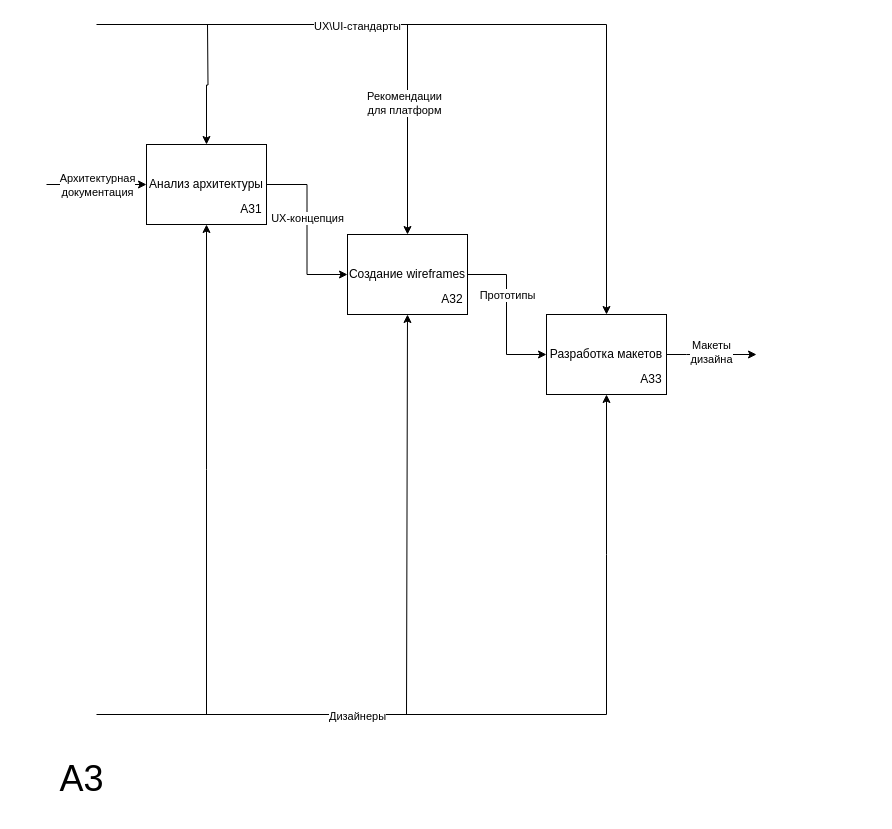
Earlier version of the draw.io diagram page "Диаграмма декомпозиции А1" (3 of 5) of Диаграмма доставка.drawio (LEOVBOX/idef0_mobile_app). Source tidied: cells renumbered, new cells numbered last; positions are measured from the earlier drawing's top-left corner, leaving out a move shared by most shapes. Both pictures are drawn from the tidied source at 100%, with x=0, y=0 at pixel (17, 24).
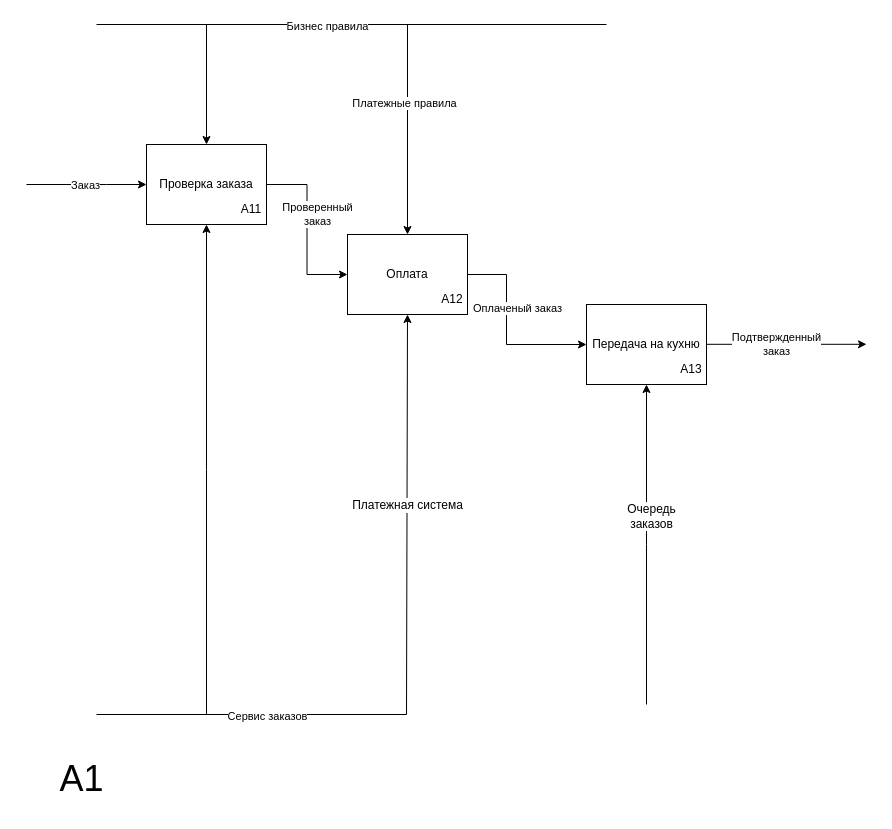
After the change.

The change refers to these unchanged cells:
```xml
<mxCell id="3" style="group;verticalAlign=top;" parent="1" vertex="1">
  <mxGeometry x="129" y="120" width="120" height="80" as="geometry" />
</mxCell>
<mxCell id="10" style="group;" parent="1" vertex="1">
  <mxGeometry x="330" y="210" width="120" height="80" as="geometry" />
</mxCell>
<mxCell id="11" style="edgeStyle=orthogonalEdgeStyle;rounded=0;jettySize=auto;html=1;exitX=0.5;exitY=0;exitDx=0;exitDy=0;startArrow=classic;startFill=1;endArrow=none;endFill=0;" parent="10" edge="1" source="13">
  <mxGeometry relative="1" as="geometry">
    <mxPoint x="60" y="-210" as="targetPoint" />
  </mxGeometry>
</mxCell>
<mxCell id="16" style="edgeStyle=orthogonalEdgeStyle;rounded=0;jettySize=auto;html=1;exitX=0.5;exitY=1;exitDx=0;exitDy=0;endArrow=none;endFill=0;startArrow=classic;startFill=1;" parent="15" edge="1" source="18">
  <mxGeometry relative="1" as="geometry">
    <mxPoint x="60" y="400" as="targetPoint" />
  </mxGeometry>
</mxCell>
<mxCell id="27" style="endArrow=none;html=1;rounded=0;strokeColor=default;align=center;verticalAlign=middle;fontFamily=Helvetica;fontSize=11;fontColor=default;labelBackgroundColor=default;" parent="1" edge="1">
  <mxGeometry relative="1" as="geometry">
    <mxPoint x="79" as="sourcePoint" />
    <mxPoint x="589" as="targetPoint" />
  </mxGeometry>
</mxCell>
<mxCell id="29" style="endArrow=classic;html=1;rounded=0;entryX=0.5;entryY=1;entryDx=0;entryDy=0;" parent="1" edge="1" target="13">
  <mxGeometry relative="1" as="geometry">
    <mxPoint x="389" y="690" as="sourcePoint" />
  </mxGeometry>
</mxCell>
```

The edit, as a diff of the source:
```diff
@@
-    <mxCell id="2" value="&lt;font style=&quot;font-size: 36px;&quot;&gt;A3&lt;/font&gt;" style="text;html=1;whiteSpace=wrap;strokeColor=none;fillColor=none;align=center;verticalAlign=middle;rounded=0;" parent="1" vertex="1">
+    <mxCell id="2" value="&lt;font style=&quot;font-size: 36px;&quot;&gt;A1&lt;/font&gt;" style="text;html=1;whiteSpace=wrap;strokeColor=none;fillColor=none;align=center;verticalAlign=middle;rounded=0;" parent="1" vertex="1">
       <mxGeometry y="720" width="129" height="67" as="geometry" />
     </mxCell>
@@
     <mxCell id="5" style="edgeStyle=orthogonalEdgeStyle;rounded=0;jettySize=auto;html=1;exitX=0.5;exitY=0;exitDx=0;exitDy=0;startArrow=classic;startFill=1;endArrow=none;endFill=0;" parent="3" edge="1" source="8">
       <mxGeometry relative="1" as="geometry">
-        <mxPoint x="61" y="-120" as="targetPoint" />
+        <mxPoint x="60" y="-120" as="targetPoint" />
       </mxGeometry>
     </mxCell>
     <mxCell id="6" style="edgeStyle=orthogonalEdgeStyle;rounded=0;jettySize=auto;html=1;startArrow=classic;startFill=1;endArrow=none;endFill=0;" parent="3" edge="1" source="8">
       <mxGeometry relative="1" as="geometry">
-        <mxPoint x="-100" y="40" as="targetPoint" />
+        <mxPoint x="-120" y="40" as="targetPoint" />
         <Array as="points">
           <mxPoint x="-40" y="40" />
           <mxPoint x="-40" y="40" />
         </Array>
       </mxGeometry>
     </mxCell>
-    <mxCell id="7" value="Архитектурная&lt;div&gt;документация&lt;/div&gt;" style="edgeLabel;html=1;align=center;verticalAlign=middle;" parent="6" vertex="1">
+    <mxCell id="7" value="Заказ" style="edgeLabel;html=1;align=center;verticalAlign=middle;" parent="6" vertex="1">
       <mxGeometry x="0.25" relative="1" as="geometry">
         <mxPoint x="13" as="offset" />
       </mxGeometry>
     </mxCell>
-    <mxCell id="8" value="Анализ архитектуры" style="rounded=0;whiteSpace=wrap;html=1;fillColor=none;" parent="3" vertex="1">
+    <mxCell id="8" value="Проверка заказа" style="rounded=0;whiteSpace=wrap;html=1;fillColor=none;" parent="3" vertex="1">
       <mxGeometry width="120" height="80" as="geometry" />
     </mxCell>
-    <mxCell id="9" value="A31" style="text;html=1;whiteSpace=wrap;strokeColor=none;fillColor=none;align=center;verticalAlign=middle;rounded=0;" parent="3" vertex="1">
+    <mxCell id="9" value="A11" style="text;html=1;whiteSpace=wrap;strokeColor=none;fillColor=none;align=center;verticalAlign=middle;rounded=0;" parent="3" vertex="1">
       <mxGeometry x="90" y="50" width="30" height="30" as="geometry" />
     </mxCell>
@@
-    <mxCell id="12" value="Рекомендации&lt;div&gt;для платформ&lt;/div&gt;" style="edgeLabel;html=1;align=center;verticalAlign=middle;" parent="11" vertex="1">
+    <mxCell id="12" value="Платежные правила" style="edgeLabel;html=1;align=center;verticalAlign=middle;" parent="11" vertex="1">
       <mxGeometry x="0.26" y="4" relative="1" as="geometry">
         <mxPoint y="1" as="offset" />
       </mxGeometry>
     </mxCell>
-    <mxCell id="13" value="Создание wireframes" style="rounded=0;whiteSpace=wrap;html=1;fillColor=none;" parent="10" vertex="1">
+    <mxCell id="13" value="Оплата" style="rounded=0;whiteSpace=wrap;html=1;fillColor=none;" parent="10" vertex="1">
       <mxGeometry width="120" height="80" as="geometry" />
     </mxCell>
-    <mxCell id="14" value="A32" style="text;html=1;whiteSpace=wrap;strokeColor=none;fillColor=none;align=center;verticalAlign=middle;rounded=0;" parent="10" vertex="1">
+    <mxCell id="14" value="A12" style="text;html=1;whiteSpace=wrap;strokeColor=none;fillColor=none;align=center;verticalAlign=middle;rounded=0;" parent="10" vertex="1">
       <mxGeometry x="90" y="50" width="30" height="30" as="geometry" />
     </mxCell>
     <mxCell id="15" style="group;" parent="1" vertex="1">
-      <mxGeometry x="529" y="290" width="120" height="80" as="geometry" />
+      <mxGeometry x="569" y="280" width="120" height="80" as="geometry" />
     </mxCell>
@@
-    <mxCell id="17" style="edgeStyle=orthogonalEdgeStyle;rounded=0;jettySize=auto;html=1;exitX=0.5;exitY=0;exitDx=0;exitDy=0;startArrow=classic;startFill=1;endArrow=none;endFill=0;" parent="15" edge="1" source="18">
-      <mxGeometry relative="1" as="geometry">
-        <mxPoint x="60" y="-290" as="targetPoint" />
-      </mxGeometry>
-    </mxCell>
+    <mxCell id="30" value="Очередь&lt;div&gt;заказов&lt;/div&gt;" style="edgeLabel;html=1;align=center;verticalAlign=middle;fontSize=12;" parent="16" vertex="1">
+      <mxGeometry x="-0.18" y="4" relative="1" as="geometry" />
+    </mxCell>
-    <mxCell id="18" value="Разработка макетов" style="rounded=0;whiteSpace=wrap;html=1;fillColor=none;" parent="15" vertex="1">
+    <mxCell id="18" value="Передача на кухню" style="rounded=0;whiteSpace=wrap;html=1;fillColor=none;" parent="15" vertex="1">
       <mxGeometry width="120" height="80" as="geometry" />
     </mxCell>
-    <mxCell id="19" value="A33" style="text;html=1;whiteSpace=wrap;strokeColor=none;fillColor=none;align=center;verticalAlign=middle;rounded=0;" parent="15" vertex="1">
+    <mxCell id="19" value="A13" style="text;html=1;whiteSpace=wrap;strokeColor=none;fillColor=none;align=center;verticalAlign=middle;rounded=0;" parent="15" vertex="1">
       <mxGeometry x="90" y="50" width="30" height="30" as="geometry" />
     </mxCell>
-    <mxCell id="20" value="UX-концепция" style="edgeStyle=orthogonalEdgeStyle;rounded=0;jettySize=auto;html=1;exitX=1;exitY=0.5;exitDx=0;exitDy=0;entryX=0;entryY=0.5;entryDx=0;entryDy=0;verticalAlign=middle;labelPosition=center;verticalLabelPosition=middle;align=center;" parent="1" edge="1" source="8" target="13">
-      <mxGeometry x="-0.14" relative="1" as="geometry" />
+    <mxCell id="20" value="Проверенный&lt;div&gt;заказ&lt;/div&gt;" style="edgeStyle=orthogonalEdgeStyle;rounded=0;jettySize=auto;html=1;exitX=1;exitY=0.5;exitDx=0;exitDy=0;entryX=0;entryY=0.5;entryDx=0;entryDy=0;verticalAlign=middle;labelPosition=center;verticalLabelPosition=middle;align=center;" parent="1" edge="1" source="8" target="13">
+      <mxGeometry x="-0.18" y="10" relative="1" as="geometry" />
     </mxCell>
-    <mxCell id="21" style="edgeStyle=orthogonalEdgeStyle;rounded=0;jettySize=auto;html=1;exitX=1;exitY=0.5;exitDx=0;exitDy=0;" parent="1" edge="1" source="18">
+    <mxCell id="21" style="edgeStyle=orthogonalEdgeStyle;rounded=0;orthogonalLoop=1;jettySize=auto;html=1;exitX=1;exitY=0.5;exitDx=0;exitDy=0;" parent="1" edge="1">
       <mxGeometry relative="1" as="geometry">
-        <mxPoint x="739" y="330" as="targetPoint" />
+        <mxPoint x="689" y="319.8" as="sourcePoint" />
+        <mxPoint x="849" y="319.8" as="targetPoint" />
         <Array as="points">
-          <mxPoint x="669" y="330" />
+          <mxPoint x="779" y="319.8" />
         </Array>
       </mxGeometry>
     </mxCell>
-    <mxCell id="22" value="Макеты&lt;div&gt;дизайна&lt;/div&gt;" style="edgeLabel;html=1;align=center;verticalAlign=middle;" parent="21" vertex="1">
+    <mxCell id="22" value="Подтвержденный&lt;div&gt;заказ&lt;/div&gt;" style="edgeLabel;html=1;align=center;verticalAlign=middle;" parent="21" vertex="1">
       <mxGeometry x="-0.02" relative="1" as="geometry">
-        <mxPoint y="-3" as="offset" />
+        <mxPoint x="-9" as="offset" />
       </mxGeometry>
     </mxCell>
     <mxCell id="23" style="endArrow=none;html=1;rounded=0;strokeColor=default;align=center;verticalAlign=middle;fontFamily=Helvetica;fontSize=11;fontColor=default;labelBackgroundColor=default;" parent="1" edge="1">
       <mxGeometry relative="1" as="geometry">
         <mxPoint x="79" y="690" as="sourcePoint" />
-        <mxPoint x="589" y="690" as="targetPoint" />
+        <mxPoint x="389" y="690" as="targetPoint" />
       </mxGeometry>
     </mxCell>
-    <mxCell id="24" value="Дизайнеры" style="edgeLabel;html=1;align=center;verticalAlign=middle;rounded=0;strokeColor=default;fontFamily=Helvetica;fontSize=11;fontColor=default;labelBackgroundColor=default;" parent="23" vertex="1">
+    <mxCell id="24" value="Сервис заказов" style="edgeLabel;html=1;align=center;verticalAlign=middle;rounded=0;strokeColor=default;fontFamily=Helvetica;fontSize=11;fontColor=default;labelBackgroundColor=default;" parent="23" vertex="1">
       <mxGeometry x="0.1" y="-1" relative="1" as="geometry">
-        <mxPoint x="-21" as="offset" />
+        <mxPoint x="-1" as="offset" />
       </mxGeometry>
     </mxCell>
     <mxCell id="25" style="edgeStyle=orthogonalEdgeStyle;rounded=0;jettySize=auto;html=1;entryX=0;entryY=0.5;entryDx=0;entryDy=0;" parent="1" edge="1" target="18">
       <mxGeometry relative="1" as="geometry">
         <mxPoint x="450" y="250" as="sourcePoint" />
         <Array as="points">
           <mxPoint x="489" y="250" />
-          <mxPoint x="489" y="330" />
+          <mxPoint x="489" y="320" />
         </Array>
       </mxGeometry>
     </mxCell>
-    <mxCell id="26" value="Прототипы" style="edgeLabel;html=1;align=center;verticalAlign=middle;" parent="25" vertex="1">
+    <mxCell id="26" value="Оплаченый заказ" style="edgeLabel;html=1;align=center;verticalAlign=middle;" parent="25" vertex="1">
       <mxGeometry x="-0.19" y="-1" relative="1" as="geometry">
-        <mxPoint x="1" y="-5" as="offset" />
+        <mxPoint x="11" y="-5" as="offset" />
       </mxGeometry>
     </mxCell>
@@
-    <mxCell id="28" value="UX\UI-стандарты" style="edgeLabel;html=1;align=center;verticalAlign=middle;rounded=0;strokeColor=default;fontFamily=Helvetica;fontSize=11;fontColor=default;labelBackgroundColor=default;" parent="27" vertex="1">
+    <mxCell id="28" value="Бизнес правила" style="edgeLabel;html=1;align=center;verticalAlign=middle;rounded=0;strokeColor=default;fontFamily=Helvetica;fontSize=11;fontColor=default;labelBackgroundColor=default;" parent="27" vertex="1">
       <mxGeometry x="0.1" y="-1" relative="1" as="geometry">
-        <mxPoint x="-21" as="offset" />
+        <mxPoint x="-51" as="offset" />
       </mxGeometry>
     </mxCell>
@@
+    <mxCell id="31" value="Платежная система" style="edgeLabel;html=1;align=center;verticalAlign=middle;fontSize=12;" parent="29" vertex="1">
+      <mxGeometry x="0.05" relative="1" as="geometry" />
+    </mxCell>
```
